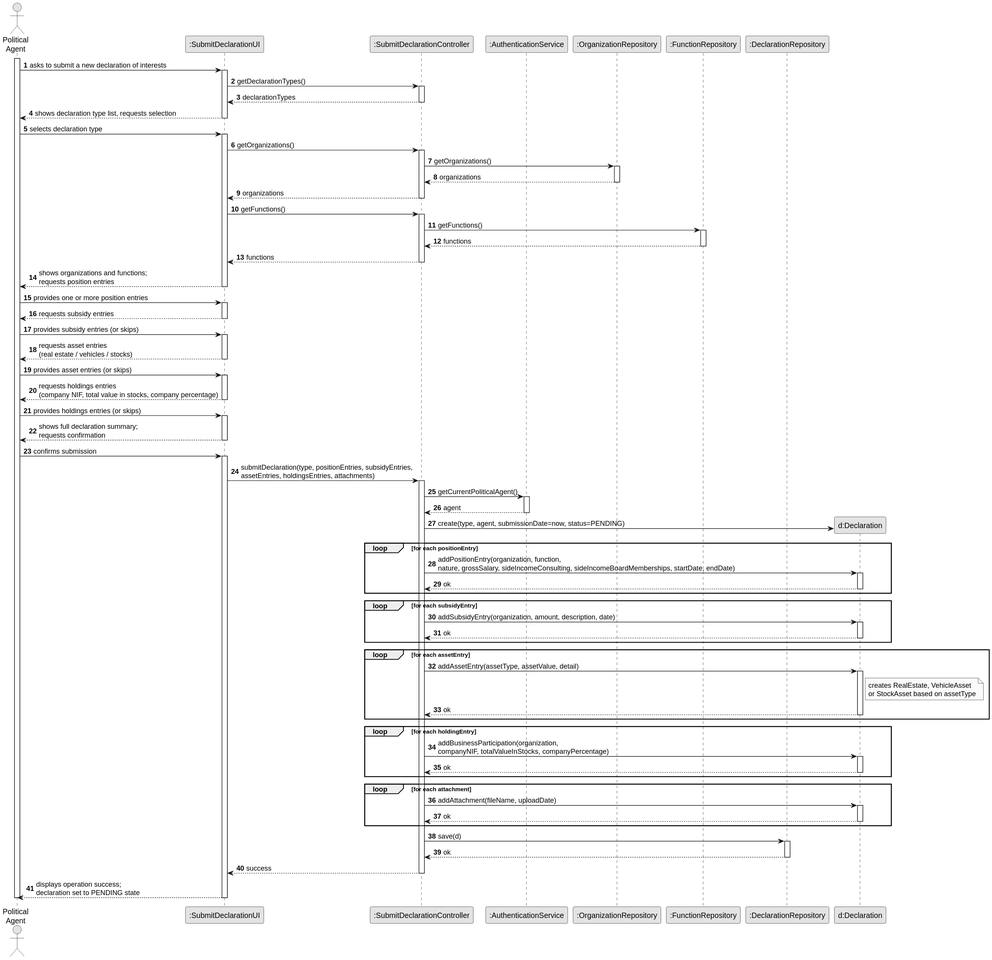
Before: docs/system-documentation/US06/03.design/svg/US06-SD.svg, a diagram exported from PlantUML (brunodspinto/crystal-clear-platform). Its diagram source:
```plantuml
@startuml
skinparam monochrome true
skinparam packageStyle rectangle
skinparam shadowing false

autonumber

actor "Political\nAgent" as Agent
participant ":SubmitDeclarationUI" as UI
participant ":SubmitDeclarationController" as CTRL
participant ":AuthenticationService" as AUTH
participant ":OrganizationRepository" as ORGR
participant ":FunctionRepository" as FUNCR
participant ":DeclarationRepository" as DR
participant "d:Declaration" as DEC

activate Agent

    Agent -> UI : asks to submit a new declaration of interests
    activate UI

        UI -> CTRL : getDeclarationTypes()
        activate CTRL
            CTRL --> UI : declarationTypes
        deactivate CTRL

        UI --> Agent : shows declaration type list, requests selection
    deactivate UI

    Agent -> UI : selects declaration type
    activate UI

        UI -> CTRL : getOrganizations()
        activate CTRL

            CTRL -> ORGR : getOrganizations()
            activate ORGR
                ORGR --> CTRL : organizations
            deactivate ORGR

            CTRL --> UI : organizations
        deactivate CTRL

        UI -> CTRL : getFunctions()
        activate CTRL

            CTRL -> FUNCR : getFunctions()
            activate FUNCR
                FUNCR --> CTRL : functions
            deactivate FUNCR

            CTRL --> UI : functions
        deactivate CTRL

        UI --> Agent : shows organizations and functions;\nrequests position entries
    deactivate UI

    Agent -> UI : provides one or more position entries
    activate UI
        UI --> Agent : requests subsidy entries
    deactivate UI

    Agent -> UI : provides subsidy entries (or skips)
    activate UI
        UI --> Agent : requests asset entries\n(real estate / vehicles / stocks)
    deactivate UI

    Agent -> UI : provides asset entries (or skips)
    activate UI
        UI --> Agent : requests holdings entries\n(company NIF, total value in stocks, company percentage)
    deactivate UI

    Agent -> UI : provides holdings entries (or skips)
    activate UI
        UI --> Agent : shows full declaration summary;\nrequests confirmation
    deactivate UI

    Agent -> UI : confirms submission
    activate UI

        UI -> CTRL : submitDeclaration(type, positionEntries, subsidyEntries,\nassetEntries, holdingsEntries, attachments)
        activate CTRL

            CTRL -> AUTH : getCurrentPoliticalAgent()
            activate AUTH
                AUTH --> CTRL : agent
            deactivate AUTH

            CTRL -> DEC ** : create(type, agent, submissionDate=now, status=PENDING)

            loop for each positionEntry
                CTRL -> DEC : addPositionEntry(organization, function,\nnature, grossSalary, sideIncomeConsulting, sideIncomeBoardMemberships, startDate, endDate)
                activate DEC
                    DEC --> CTRL : ok
                deactivate DEC
            end

            loop for each subsidyEntry
                CTRL -> DEC : addSubsidyEntry(organization, amount, description, date)
                activate DEC
                    DEC --> CTRL : ok
                deactivate DEC
            end

            loop for each assetEntry
                CTRL -> DEC : addAssetEntry(assetType, assetValue, detail)
                activate DEC
                    note right of DEC
                        creates RealEstate, VehicleAsset
                        or StockAsset based on assetType
                    end note
                    DEC --> CTRL : ok
                deactivate DEC
            end

            loop for each holdingEntry
                CTRL -> DEC : addBusinessParticipation(organization,\ncompanyNIF, totalValueInStocks, companyPercentage)
                activate DEC
                    DEC --> CTRL : ok
                deactivate DEC
            end

            loop for each attachment
                CTRL -> DEC : addAttachment(fileName, uploadDate)
                activate DEC
                    DEC --> CTRL : ok
                deactivate DEC
            end

            CTRL -> DR : save(d)
            activate DR
                DR --> CTRL : ok
            deactivate DR

            CTRL --> UI : success
        deactivate CTRL

        UI --> Agent : displays operation success;\ndeclaration set to PENDING state
    deactivate UI

deactivate Agent
@enduml
```
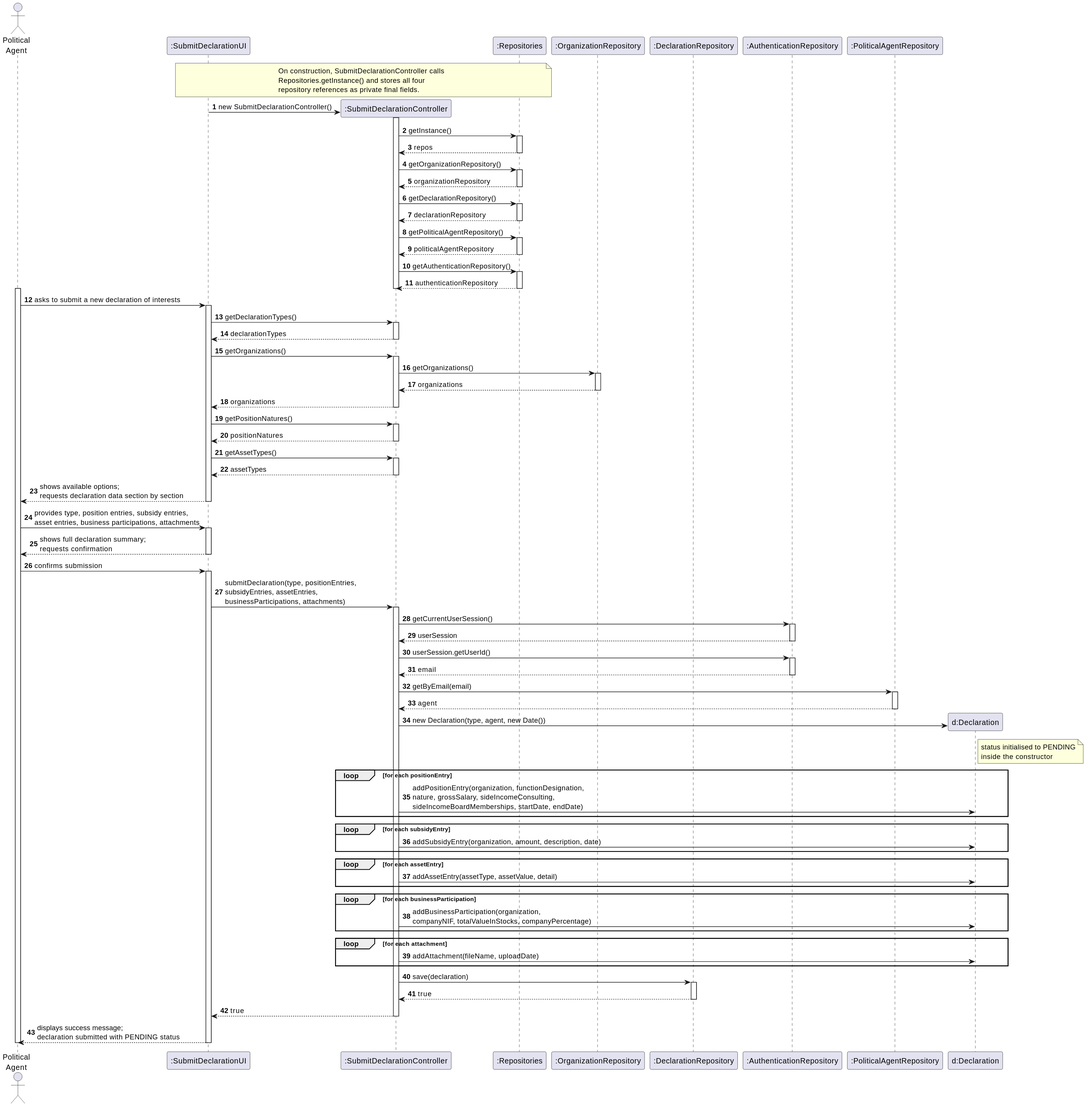
The same file after the commit.

Change to the diagram source:
```diff
@@ -1,5 +1,4 @@
 @startuml
-skinparam monochrome true
 skinparam packageStyle rectangle
 skinparam shadowing false
 
@@ -8,11 +7,42 @@
 actor "Political\nAgent" as Agent
 participant ":SubmitDeclarationUI" as UI
 participant ":SubmitDeclarationController" as CTRL
-participant ":AuthenticationService" as AUTH
+participant ":Repositories" as REPOS
 participant ":OrganizationRepository" as ORGR
-participant ":FunctionRepository" as FUNCR
 participant ":DeclarationRepository" as DR
+participant ":AuthenticationRepository" as AUTHR
+participant ":PoliticalAgentRepository" as PAGR
 participant "d:Declaration" as DEC
+
+note over UI, REPOS
+  On construction, SubmitDeclarationController calls
+  Repositories.getInstance() and stores all four
+  repository references as private final fields.
+end note
+
+UI -> CTRL ** : new SubmitDeclarationController()
+activate CTRL
+    CTRL -> REPOS : getInstance()
+    activate REPOS
+        REPOS --> CTRL : repos
+    deactivate REPOS
+    CTRL -> REPOS : getOrganizationRepository()
+    activate REPOS
+        REPOS --> CTRL : organizationRepository
+    deactivate REPOS
+    CTRL -> REPOS : getDeclarationRepository()
+    activate REPOS
+        REPOS --> CTRL : declarationRepository
+    deactivate REPOS
+    CTRL -> REPOS : getPoliticalAgentRepository()
+    activate REPOS
+        REPOS --> CTRL : politicalAgentRepository
+    deactivate REPOS
+    CTRL -> REPOS : getAuthenticationRepository()
+    activate REPOS
+        REPOS --> CTRL : authenticationRepository
+    deactivate REPOS
+deactivate CTRL
 
 activate Agent
 
@@ -24,53 +54,29 @@
             CTRL --> UI : declarationTypes
         deactivate CTRL
 
-        UI --> Agent : shows declaration type list, requests selection
-    deactivate UI
-
-    Agent -> UI : selects declaration type
-    activate UI
-
         UI -> CTRL : getOrganizations()
         activate CTRL
-
             CTRL -> ORGR : getOrganizations()
             activate ORGR
                 ORGR --> CTRL : organizations
             deactivate ORGR
-
             CTRL --> UI : organizations
         deactivate CTRL
 
-        UI -> CTRL : getFunctions()
+        UI -> CTRL : getPositionNatures()
         activate CTRL
-
-            CTRL -> FUNCR : getFunctions()
-            activate FUNCR
-                FUNCR --> CTRL : functions
-            deactivate FUNCR
-
-            CTRL --> UI : functions
+            CTRL --> UI : positionNatures
         deactivate CTRL
 
-        UI --> Agent : shows organizations and functions;\nrequests position entries
+        UI -> CTRL : getAssetTypes()
+        activate CTRL
+            CTRL --> UI : assetTypes
+        deactivate CTRL
+
+        UI --> Agent : shows available options;\nrequests declaration data section by section
     deactivate UI
 
-    Agent -> UI : provides one or more position entries
-    activate UI
-        UI --> Agent : requests subsidy entries
-    deactivate UI
-
-    Agent -> UI : provides subsidy entries (or skips)
-    activate UI
-        UI --> Agent : requests asset entries\n(real estate / vehicles / stocks)
-    deactivate UI
-
-    Agent -> UI : provides asset entries (or skips)
-    activate UI
-        UI --> Agent : requests holdings entries\n(company NIF, total value in stocks, company percentage)
-    deactivate UI
-
-    Agent -> UI : provides holdings entries (or skips)
+    Agent -> UI : provides type, position entries, subsidy entries,\nasset entries, business participations, attachments
     activate UI
         UI --> Agent : shows full declaration summary;\nrequests confirmation
     deactivate UI
@@ -78,64 +84,59 @@
     Agent -> UI : confirms submission
     activate UI
 
-        UI -> CTRL : submitDeclaration(type, positionEntries, subsidyEntries,\nassetEntries, holdingsEntries, attachments)
+        UI -> CTRL : submitDeclaration(type, positionEntries,\nsubsidyEntries, assetEntries,\nbusinessParticipations, attachments)
         activate CTRL
 
-            CTRL -> AUTH : getCurrentPoliticalAgent()
-            activate AUTH
-                AUTH --> CTRL : agent
-            deactivate AUTH
+            CTRL -> AUTHR : getCurrentUserSession()
+            activate AUTHR
+                AUTHR --> CTRL : userSession
+            deactivate AUTHR
 
-            CTRL -> DEC ** : create(type, agent, submissionDate=now, status=PENDING)
+            CTRL -> AUTHR : userSession.getUserId()
+            activate AUTHR
+                AUTHR --> CTRL : email
+            deactivate AUTHR
+
+            CTRL -> PAGR : getByEmail(email)
+            activate PAGR
+                PAGR --> CTRL : agent
+            deactivate PAGR
+
+            CTRL -> DEC ** : new Declaration(type, agent, new Date())
+            note right of DEC
+                status initialised to PENDING
+                inside the constructor
+            end note
 
             loop for each positionEntry
-                CTRL -> DEC : addPositionEntry(organization, function,\nnature, grossSalary, sideIncomeConsulting, sideIncomeBoardMemberships, startDate, endDate)
-                activate DEC
-                    DEC --> CTRL : ok
-                deactivate DEC
+                CTRL -> DEC : addPositionEntry(organization, functionDesignation,\nnature, grossSalary, sideIncomeConsulting,\nsideIncomeBoardMemberships, startDate, endDate)
             end
 
             loop for each subsidyEntry
                 CTRL -> DEC : addSubsidyEntry(organization, amount, description, date)
-                activate DEC
-                    DEC --> CTRL : ok
-                deactivate DEC
             end
 
             loop for each assetEntry
                 CTRL -> DEC : addAssetEntry(assetType, assetValue, detail)
-                activate DEC
-                    note right of DEC
-                        creates RealEstate, VehicleAsset
-                        or StockAsset based on assetType
-                    end note
-                    DEC --> CTRL : ok
-                deactivate DEC
             end
 
-            loop for each holdingEntry
+            loop for each businessParticipation
                 CTRL -> DEC : addBusinessParticipation(organization,\ncompanyNIF, totalValueInStocks, companyPercentage)
-                activate DEC
-                    DEC --> CTRL : ok
-                deactivate DEC
             end
 
             loop for each attachment
                 CTRL -> DEC : addAttachment(fileName, uploadDate)
-                activate DEC
-                    DEC --> CTRL : ok
-                deactivate DEC
             end
 
-            CTRL -> DR : save(d)
+            CTRL -> DR : save(declaration)
             activate DR
-                DR --> CTRL : ok
+                DR --> CTRL : true
             deactivate DR
 
-            CTRL --> UI : success
+            CTRL --> UI : true
         deactivate CTRL
 
-        UI --> Agent : displays operation success;\ndeclaration set to PENDING state
+        UI --> Agent : displays success message;\ndeclaration submitted with PENDING status
     deactivate UI
 
 deactivate Agent
```
